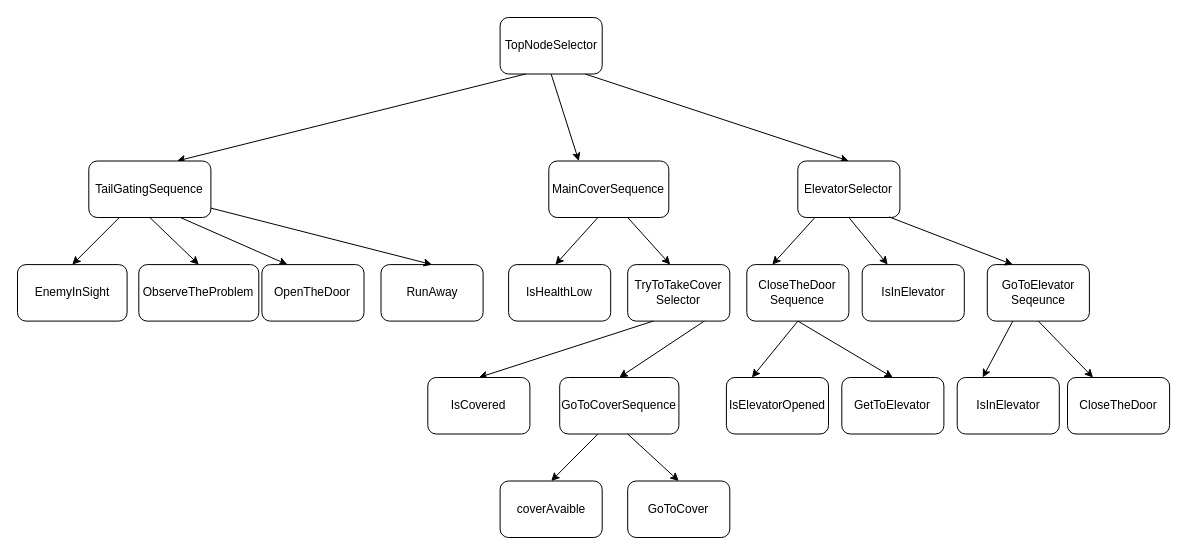
The draw.io diagram Elevator.drawio in MatejMistik/bachelors-fear-factor, before the edit. Source tidied: cells renumbered, new cells numbered last; positions are measured from the earlier drawing's top-left corner, leaving out a move shared by most shapes. Both pictures are drawn from the tidied source at 100%, with x=0, y=0 at pixel (17, 17).
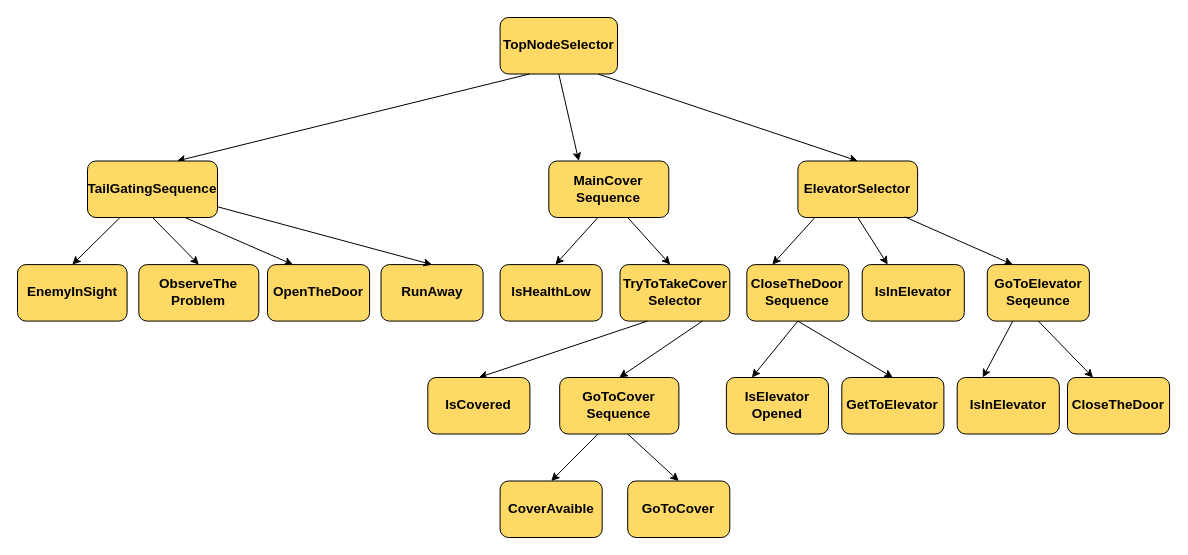
After the change.

Diff of the diagram source:
```diff
@@
-    <mxCell id="2" value="EnemyInSight" style="rounded=1;whiteSpace=wrap;html=1;fontSize=12;spacing=2;" parent="1" vertex="1">
+    <mxCell id="2" value="EnemyInSight" style="rounded=1;whiteSpace=wrap;html=1;fontSize=13.5;spacing=2;fontStyle=1;fillColor=#FFD966;" parent="1" vertex="1">
       <mxGeometry y="247.1" width="109.6" height="56.5" as="geometry" />
     </mxCell>
-    <mxCell id="3" value="CloseTheDoor" style="rounded=1;whiteSpace=wrap;html=1;fontSize=12;spacing=2;" parent="1" vertex="1">
+    <mxCell id="3" value="CloseTheDoor" style="rounded=1;whiteSpace=wrap;html=1;fontSize=13.5;spacing=2;fontStyle=1;fillColor=#FFD966;" parent="1" vertex="1">
       <mxGeometry x="1050" y="360" width="102.1" height="56.5" as="geometry" />
     </mxCell>
-    <mxCell id="4" style="endArrow=classic;html=1;rounded=0;entryX=0.25;entryY=0;entryDx=0;entryDy=0;fontSize=12;spacing=2;exitX=0.5;exitY=1;exitDx=0;exitDy=0;" parent="1" edge="1" source="35" target="3">
+    <mxCell id="4" style="endArrow=classic;html=1;rounded=0;entryX=0.25;entryY=0;entryDx=0;entryDy=0;fontSize=13.5;spacing=2;exitX=0.5;exitY=1;exitDx=0;exitDy=0;fontStyle=1;" parent="1" edge="1" source="35" target="3">
       <mxGeometry relative="1" as="geometry" />
     </mxCell>
-    <mxCell id="5" value="IsInElevator" style="rounded=1;whiteSpace=wrap;html=1;fontSize=12;spacing=2;" parent="1" vertex="1">
+    <mxCell id="5" value="IsInElevator" style="rounded=1;whiteSpace=wrap;html=1;fontSize=13.5;spacing=2;fontStyle=1;fillColor=#FFD966;" parent="1" vertex="1">
       <mxGeometry x="844.7" y="247.1" width="102.1" height="56.5" as="geometry" />
     </mxCell>
-    <mxCell id="6" style="endArrow=classic;html=1;rounded=0;entryX=0.25;entryY=0;entryDx=0;entryDy=0;fontSize=12;spacing=2;exitX=0.5;exitY=1;exitDx=0;exitDy=0;" parent="1" edge="1" source="32" target="5">
+    <mxCell id="6" style="endArrow=classic;html=1;rounded=0;entryX=0.25;entryY=0;entryDx=0;entryDy=0;fontSize=13.5;spacing=2;exitX=0.5;exitY=1;exitDx=0;exitDy=0;fontStyle=1;" parent="1" edge="1" source="32" target="5">
       <mxGeometry relative="1" as="geometry" />
     </mxCell>
-    <mxCell id="7" value="TopNodeSelector" style="rounded=1;whiteSpace=wrap;html=1;fontSize=12;spacing=2;" parent="1" vertex="1">
-      <mxGeometry x="482.6" width="102.1" height="56.5" as="geometry" />
+    <mxCell id="7" value="TopNodeSelector" style="rounded=1;whiteSpace=wrap;html=1;fontSize=13.5;spacing=2;fontStyle=1;fillColor=#FFD966;" parent="1" vertex="1">
+      <mxGeometry x="482.6" width="117.4" height="56.5" as="geometry" />
     </mxCell>
-    <mxCell id="8" style="endArrow=classic;html=1;rounded=0;entryX=0.5;entryY=0;entryDx=0;entryDy=0;fontSize=12;spacing=2;exitX=0.25;exitY=1;exitDx=0;exitDy=0;" parent="1" edge="1" source="7">
+    <mxCell id="8" style="endArrow=classic;html=1;rounded=0;entryX=0.5;entryY=0;entryDx=0;entryDy=0;fontSize=13.5;spacing=2;exitX=0.25;exitY=1;exitDx=0;exitDy=0;fontStyle=1;" parent="1" edge="1" source="7">
       <mxGeometry relative="1" as="geometry">
         <mxPoint x="159.4" y="143.5" as="targetPoint" />
       </mxGeometry>
     </mxCell>
-    <mxCell id="9" style="endArrow=classic;html=1;rounded=0;entryX=0.25;entryY=0;entryDx=0;entryDy=0;fontSize=12;spacing=2;exitX=0.5;exitY=1;exitDx=0;exitDy=0;" parent="1" edge="1" source="7" target="22">
+    <mxCell id="9" style="endArrow=classic;html=1;rounded=0;entryX=0.25;entryY=0;entryDx=0;entryDy=0;fontSize=13.5;spacing=2;exitX=0.5;exitY=1;exitDx=0;exitDy=0;fontStyle=1;" parent="1" edge="1" source="7" target="22">
       <mxGeometry relative="1" as="geometry" />
     </mxCell>
-    <mxCell id="10" style="endArrow=classic;html=1;rounded=0;fontSize=12;spacing=2;" parent="1" edge="1">
+    <mxCell id="10" style="endArrow=classic;html=1;rounded=0;fontSize=13.5;spacing=2;fontStyle=1;" parent="1" edge="1">
       <mxGeometry relative="1" as="geometry">
         <mxPoint x="580.4" y="200" as="sourcePoint" />
         <mxPoint x="537.9" y="247.1" as="targetPoint" />
       </mxGeometry>
     </mxCell>
-    <mxCell id="11" value="IsHealthLow" style="rounded=1;whiteSpace=wrap;html=1;fontSize=12;spacing=2;" parent="1" vertex="1">
-      <mxGeometry x="491.1" y="247.1" width="102.1" height="56.5" as="geometry" />
+    <mxCell id="11" value="IsHealthLow" style="rounded=1;whiteSpace=wrap;html=1;fontSize=13.5;spacing=2;fontStyle=1;fillColor=#FFD966;" parent="1" vertex="1">
+      <mxGeometry x="482.6" y="247.1" width="102.1" height="56.5" as="geometry" />
     </mxCell>
-    <mxCell id="12" style="endArrow=classic;html=1;rounded=0;fontSize=12;spacing=2;" parent="1" edge="1">
+    <mxCell id="12" style="endArrow=classic;html=1;rounded=0;fontSize=13.5;spacing=2;fontStyle=1;" parent="1" edge="1">
       <mxGeometry relative="1" as="geometry">
         <mxPoint x="610.2" y="200" as="sourcePoint" />
         <mxPoint x="652.7" y="247.1" as="targetPoint" />
       </mxGeometry>
     </mxCell>
-    <mxCell id="13" value="TryToTakeCover&lt;br style=&quot;font-size: 12px;&quot;&gt;Selector" style="rounded=1;whiteSpace=wrap;html=1;fontSize=12;spacing=2;" parent="1" vertex="1">
-      <mxGeometry x="610.2" y="247.1" width="102.1" height="56.5" as="geometry" />
+    <mxCell id="13" value="TryToTakeCover&lt;br style=&quot;font-size: 13.5px;&quot;&gt;Selector" style="rounded=1;whiteSpace=wrap;html=1;fontSize=13.5;spacing=2;fontStyle=1;fillColor=#FFD966;" parent="1" vertex="1">
+      <mxGeometry x="602.5" y="247.1" width="109.8" height="56.5" as="geometry" />
     </mxCell>
-    <mxCell id="14" style="endArrow=classic;html=1;rounded=0;entryX=0.5;entryY=0;entryDx=0;entryDy=0;exitX=0.25;exitY=1;exitDx=0;exitDy=0;fontSize=12;spacing=2;" parent="1" edge="1" source="13" target="15">
+    <mxCell id="14" style="endArrow=classic;html=1;rounded=0;entryX=0.5;entryY=0;entryDx=0;entryDy=0;exitX=0.25;exitY=1;exitDx=0;exitDy=0;fontSize=13.5;spacing=2;fontStyle=1;" parent="1" edge="1" source="13" target="15">
       <mxGeometry relative="1" as="geometry" />
     </mxCell>
-    <mxCell id="15" value="IsCovered" style="rounded=1;whiteSpace=wrap;html=1;fontSize=12;spacing=2;" parent="1" vertex="1">
+    <mxCell id="15" value="IsCovered" style="rounded=1;whiteSpace=wrap;html=1;fontSize=13.5;spacing=2;fontStyle=1;fillColor=#FFD966;" parent="1" vertex="1">
       <mxGeometry x="410.3" y="360" width="102.1" height="56.5" as="geometry" />
     </mxCell>
-    <mxCell id="16" value="GoToCoverSequence" style="rounded=1;whiteSpace=wrap;html=1;fontSize=12;spacing=2;" parent="1" vertex="1">
+    <mxCell id="16" value="GoToCover&lt;br style=&quot;font-size: 13.5px;&quot;&gt;Sequence" style="rounded=1;whiteSpace=wrap;html=1;fontSize=13.5;spacing=2;fontStyle=1;fillColor=#FFD966;" parent="1" vertex="1">
       <mxGeometry x="542.2" y="360" width="119.2" height="56.5" as="geometry" />
     </mxCell>
-    <mxCell id="17" style="endArrow=classic;html=1;rounded=0;entryX=0.5;entryY=0;entryDx=0;entryDy=0;exitX=0.75;exitY=1;exitDx=0;exitDy=0;fontSize=12;spacing=2;" parent="1" edge="1" source="13" target="16">
+    <mxCell id="17" style="endArrow=classic;html=1;rounded=0;entryX=0.5;entryY=0;entryDx=0;entryDy=0;exitX=0.75;exitY=1;exitDx=0;exitDy=0;fontSize=13.5;spacing=2;fontStyle=1;" parent="1" edge="1" source="13" target="16">
       <mxGeometry relative="1" as="geometry" />
     </mxCell>
-    <mxCell id="18" style="endArrow=classic;html=1;rounded=0;entryX=0.5;entryY=0;entryDx=0;entryDy=0;exitX=0.25;exitY=1;exitDx=0;exitDy=0;fontSize=12;spacing=2;" parent="1" edge="1">
+    <mxCell id="18" style="endArrow=classic;html=1;rounded=0;entryX=0.5;entryY=0;entryDx=0;entryDy=0;exitX=0.25;exitY=1;exitDx=0;exitDy=0;fontSize=13.5;spacing=2;fontStyle=1;" parent="1" edge="1">
       <mxGeometry relative="1" as="geometry">
         <mxPoint x="580.4" y="416.5" as="sourcePoint" />
         <mxPoint x="533.7" y="463.5" as="targetPoint" />
       </mxGeometry>
     </mxCell>
-    <mxCell id="19" value="coverAvaible" style="rounded=1;whiteSpace=wrap;html=1;fontSize=12;spacing=2;" parent="1" vertex="1">
+    <mxCell id="19" value="CoverAvaible" style="rounded=1;whiteSpace=wrap;html=1;fontSize=13.5;spacing=2;fontStyle=1;fillColor=#FFD966;" parent="1" vertex="1">
       <mxGeometry x="482.6" y="463.5" width="102.1" height="56.5" as="geometry" />
     </mxCell>
-    <mxCell id="20" value="GoToCover" style="rounded=1;whiteSpace=wrap;html=1;fontSize=12;spacing=2;" parent="1" vertex="1">
+    <mxCell id="20" value="GoToCover" style="rounded=1;whiteSpace=wrap;html=1;fontSize=13.5;spacing=2;fontStyle=1;fillColor=#FFD966;" parent="1" vertex="1">
       <mxGeometry x="610.2" y="463.5" width="102.1" height="56.5" as="geometry" />
     </mxCell>
-    <mxCell id="21" style="endArrow=classic;html=1;rounded=0;entryX=0.5;entryY=0;entryDx=0;entryDy=0;exitX=0.25;exitY=1;exitDx=0;exitDy=0;fontSize=12;spacing=2;" parent="1" edge="1" target="20">
+    <mxCell id="21" style="endArrow=classic;html=1;rounded=0;entryX=0.5;entryY=0;entryDx=0;entryDy=0;exitX=0.25;exitY=1;exitDx=0;exitDy=0;fontSize=13.5;spacing=2;fontStyle=1;" parent="1" edge="1" target="20">
       <mxGeometry relative="1" as="geometry">
         <mxPoint x="610.2" y="416.5" as="sourcePoint" />
       </mxGeometry>
     </mxCell>
-    <mxCell id="22" value="MainCoverSequence" style="rounded=1;whiteSpace=wrap;html=1;fontSize=12;spacing=2;" parent="1" vertex="1">
+    <mxCell id="22" value="MainCover&lt;br style=&quot;font-size: 13.5px;&quot;&gt;Sequence" style="rounded=1;whiteSpace=wrap;html=1;fontSize=13.5;spacing=2;fontStyle=1;fillColor=#FFD966;" parent="1" vertex="1">
       <mxGeometry x="531.3" y="143.5" width="120" height="56.5" as="geometry" />
     </mxCell>
-    <mxCell id="23" value="TailGatingSequence" style="rounded=1;whiteSpace=wrap;html=1;fontSize=12;spacing=2;" parent="1" vertex="1">
-      <mxGeometry x="71.3" y="143.5" width="122.1" height="56.5" as="geometry" />
+    <mxCell id="23" value="TailGatingSequence" style="rounded=1;whiteSpace=wrap;html=1;fontSize=13.5;spacing=2;fontStyle=1;fillColor=#FFD966;" parent="1" vertex="1">
+      <mxGeometry x="70" y="143.5" width="130" height="56.5" as="geometry" />
     </mxCell>
-    <mxCell id="24" style="endArrow=classic;html=1;rounded=0;exitX=0.25;exitY=1;exitDx=0;exitDy=0;entryX=0.5;entryY=0;entryDx=0;entryDy=0;fontSize=12;spacing=2;" parent="1" edge="1" source="23" target="2">
+    <mxCell id="24" style="endArrow=classic;html=1;rounded=0;exitX=0.25;exitY=1;exitDx=0;exitDy=0;entryX=0.5;entryY=0;entryDx=0;entryDy=0;fontSize=13.5;spacing=2;fontStyle=1;" parent="1" edge="1" source="23" target="2">
       <mxGeometry relative="1" as="geometry" />
     </mxCell>
-    <mxCell id="25" style="endArrow=classic;html=1;rounded=0;exitX=0.5;exitY=1;exitDx=0;exitDy=0;entryX=0.5;entryY=0;entryDx=0;entryDy=0;fontSize=12;spacing=2;" parent="1" edge="1" source="23" target="26">
+    <mxCell id="25" style="endArrow=classic;html=1;rounded=0;exitX=0.5;exitY=1;exitDx=0;exitDy=0;entryX=0.5;entryY=0;entryDx=0;entryDy=0;fontSize=13.5;spacing=2;fontStyle=1;" parent="1" edge="1" source="23" target="26">
       <mxGeometry relative="1" as="geometry" />
     </mxCell>
-    <mxCell id="26" value="ObserveTheProblem" style="rounded=1;whiteSpace=wrap;html=1;fontSize=12;spacing=2;" parent="1" vertex="1">
+    <mxCell id="26" value="ObserveThe&lt;br style=&quot;font-size: 13.5px;&quot;&gt;Problem" style="rounded=1;whiteSpace=wrap;html=1;fontSize=13.5;spacing=2;fontStyle=1;fillColor=#FFD966;" parent="1" vertex="1">
       <mxGeometry x="121.3" y="247.1" width="120" height="56.5" as="geometry" />
     </mxCell>
-    <mxCell id="27" style="endArrow=classic;html=1;rounded=0;exitX=0.75;exitY=1;exitDx=0;exitDy=0;entryX=0.25;entryY=0;entryDx=0;entryDy=0;fontSize=12;spacing=2;" parent="1" edge="1" source="23" target="28">
+    <mxCell id="27" style="endArrow=classic;html=1;rounded=0;exitX=0.75;exitY=1;exitDx=0;exitDy=0;entryX=0.25;entryY=0;entryDx=0;entryDy=0;fontSize=13.5;spacing=2;fontStyle=1;" parent="1" edge="1" source="23" target="28">
       <mxGeometry relative="1" as="geometry" />
     </mxCell>
-    <mxCell id="28" value="OpenTheDoor" style="rounded=1;whiteSpace=wrap;html=1;fontSize=12;spacing=2;" parent="1" vertex="1">
-      <mxGeometry x="244.4" y="247.1" width="102.1" height="56.5" as="geometry" />
+    <mxCell id="28" value="OpenTheDoor" style="rounded=1;whiteSpace=wrap;html=1;fontSize=13.5;spacing=2;fontStyle=1;fillColor=#FFD966;" parent="1" vertex="1">
+      <mxGeometry x="250" y="247.1" width="102.1" height="56.5" as="geometry" />
     </mxCell>
-    <mxCell id="29" value="RunAway" style="rounded=1;whiteSpace=wrap;html=1;fontSize=12;spacing=2;" parent="1" vertex="1">
+    <mxCell id="29" value="RunAway" style="rounded=1;whiteSpace=wrap;html=1;fontSize=13.5;spacing=2;fontStyle=1;fillColor=#FFD966;" parent="1" vertex="1">
       <mxGeometry x="363.5" y="247.1" width="102.1" height="56.5" as="geometry" />
     </mxCell>
-    <mxCell id="30" style="endArrow=classic;html=1;rounded=0;exitX=0.75;exitY=1;exitDx=0;exitDy=0;entryX=0.5;entryY=0;entryDx=0;entryDy=0;fontSize=12;spacing=2;" parent="1" edge="1" target="29">
-      <mxGeometry relative="1" as="geometry">
-        <mxPoint x="193.4" y="190.6" as="sourcePoint" />
-      </mxGeometry>
+    <mxCell id="30" style="endArrow=classic;html=1;rounded=0;entryX=0.5;entryY=0;entryDx=0;entryDy=0;fontSize=13.5;spacing=2;fontStyle=1;" parent="1" edge="1" source="23" target="29">
+      <mxGeometry relative="1" as="geometry" />
     </mxCell>
-    <mxCell id="31" style="endArrow=classic;html=1;rounded=0;exitX=0.836;exitY=1.002;exitDx=0;exitDy=0;entryX=0.5;entryY=0;entryDx=0;entryDy=0;fontSize=12;spacing=2;exitPerimeter=0;" parent="1" edge="1" source="7" target="32">
+    <mxCell id="31" style="endArrow=classic;html=1;rounded=0;exitX=0.836;exitY=1.002;exitDx=0;exitDy=0;entryX=0.5;entryY=0;entryDx=0;entryDy=0;fontSize=13.5;spacing=2;exitPerimeter=0;fontStyle=1;" parent="1" edge="1" source="7" target="32">
       <mxGeometry relative="1" as="geometry" />
     </mxCell>
-    <mxCell id="32" value="ElevatorSelector" style="rounded=1;whiteSpace=wrap;html=1;fontSize=12;spacing=2;" parent="1" vertex="1">
-      <mxGeometry x="780.3" y="143.5" width="102.1" height="56.5" as="geometry" />
+    <mxCell id="32" value="ElevatorSelector" style="rounded=1;whiteSpace=wrap;html=1;fontSize=13.5;spacing=2;fontStyle=1;fillColor=#FFD966;" parent="1" vertex="1">
+      <mxGeometry x="780.4" y="143.5" width="119.7" height="56.5" as="geometry" />
     </mxCell>
-    <mxCell id="33" value="CloseTheDoor&lt;br&gt;Sequence" style="rounded=1;whiteSpace=wrap;html=1;fontSize=12;spacing=2;" parent="1" vertex="1">
+    <mxCell id="33" value="CloseTheDoor&lt;br style=&quot;font-size: 13.5px;&quot;&gt;Sequence" style="rounded=1;whiteSpace=wrap;html=1;fontSize=13.5;spacing=2;fontStyle=1;fillColor=#FFD966;" parent="1" vertex="1">
       <mxGeometry x="729.3" y="247.1" width="102.1" height="56.5" as="geometry" />
     </mxCell>
-    <mxCell id="34" style="endArrow=classic;html=1;rounded=0;entryX=0.25;entryY=0;entryDx=0;entryDy=0;fontSize=12;spacing=2;" parent="1" edge="1" target="33">
+    <mxCell id="34" style="endArrow=classic;html=1;rounded=0;entryX=0.25;entryY=0;entryDx=0;entryDy=0;fontSize=13.5;spacing=2;fontStyle=1;" parent="1" edge="1" target="33">
       <mxGeometry relative="1" as="geometry">
         <mxPoint x="797.4" y="200" as="sourcePoint" />
       </mxGeometry>
     </mxCell>
-    <mxCell id="35" value="GoToElevator&lt;br&gt;Seqeunce" style="rounded=1;whiteSpace=wrap;html=1;fontSize=12;spacing=2;" parent="1" vertex="1">
+    <mxCell id="35" value="GoToElevator&lt;br style=&quot;font-size: 13.5px;&quot;&gt;Seqeunce" style="rounded=1;whiteSpace=wrap;html=1;fontSize=13.5;spacing=2;fontStyle=1;fillColor=#FFD966;" parent="1" vertex="1">
       <mxGeometry x="969.8" y="247.1" width="102.1" height="56.5" as="geometry" />
     </mxCell>
-    <mxCell id="36" style="endArrow=classic;html=1;rounded=0;entryX=0.25;entryY=0;entryDx=0;entryDy=0;fontSize=12;spacing=2;exitX=0.893;exitY=0.989;exitDx=0;exitDy=0;exitPerimeter=0;" parent="1" edge="1" source="32" target="35">
+    <mxCell id="36" style="endArrow=classic;html=1;rounded=0;entryX=0.25;entryY=0;entryDx=0;entryDy=0;fontSize=13.5;spacing=2;exitX=0.893;exitY=0.989;exitDx=0;exitDy=0;exitPerimeter=0;fontStyle=1;" parent="1" edge="1" source="32" target="35">
       <mxGeometry relative="1" as="geometry" />
     </mxCell>
-    <mxCell id="37" value="IsElevatorOpened" style="rounded=1;whiteSpace=wrap;html=1;fontSize=12;spacing=2;" parent="1" vertex="1">
+    <mxCell id="37" value="IsElevator&lt;br style=&quot;font-size: 13.5px;&quot;&gt;Opened" style="rounded=1;whiteSpace=wrap;html=1;fontSize=13.5;spacing=2;fontStyle=1;fillColor=#FFD966;" parent="1" vertex="1">
       <mxGeometry x="708.9" y="360" width="102.1" height="56.5" as="geometry" />
     </mxCell>
-    <mxCell id="38" style="endArrow=classic;html=1;rounded=0;entryX=0.25;entryY=0;entryDx=0;entryDy=0;fontSize=12;spacing=2;exitX=0.5;exitY=1;exitDx=0;exitDy=0;" parent="1" edge="1" source="33" target="37">
+    <mxCell id="38" style="endArrow=classic;html=1;rounded=0;entryX=0.25;entryY=0;entryDx=0;entryDy=0;fontSize=13.5;spacing=2;exitX=0.5;exitY=1;exitDx=0;exitDy=0;fontStyle=1;" parent="1" edge="1" source="33" target="37">
       <mxGeometry relative="1" as="geometry" />
     </mxCell>
-    <mxCell id="39" value="GetToElevator" style="rounded=1;whiteSpace=wrap;html=1;fontSize=12;spacing=2;" parent="1" vertex="1">
+    <mxCell id="39" value="GetToElevator" style="rounded=1;whiteSpace=wrap;html=1;fontSize=13.5;spacing=2;fontStyle=1;fillColor=#FFD966;" parent="1" vertex="1">
       <mxGeometry x="824.3" y="360" width="102.1" height="56.5" as="geometry" />
     </mxCell>
-    <mxCell id="40" style="endArrow=classic;html=1;rounded=0;entryX=0.5;entryY=0;entryDx=0;entryDy=0;fontSize=12;spacing=2;exitX=0.5;exitY=1;exitDx=0;exitDy=0;" parent="1" edge="1" source="33" target="39">
+    <mxCell id="40" style="endArrow=classic;html=1;rounded=0;entryX=0.5;entryY=0;entryDx=0;entryDy=0;fontSize=13.5;spacing=2;exitX=0.5;exitY=1;exitDx=0;exitDy=0;fontStyle=1;" parent="1" edge="1" source="33" target="39">
       <mxGeometry relative="1" as="geometry" />
     </mxCell>
-    <mxCell id="41" value="IsInElevator" style="rounded=1;whiteSpace=wrap;html=1;fontSize=12;spacing=2;" parent="1" vertex="1">
+    <mxCell id="41" value="IsInElevator" style="rounded=1;whiteSpace=wrap;html=1;fontSize=13.5;spacing=2;fontStyle=1;fillColor=#FFD966;" parent="1" vertex="1">
       <mxGeometry x="939.7" y="360" width="102.1" height="56.5" as="geometry" />
     </mxCell>
-    <mxCell id="42" style="endArrow=classic;html=1;rounded=0;entryX=0.25;entryY=0;entryDx=0;entryDy=0;fontSize=12;spacing=2;exitX=0.25;exitY=1;exitDx=0;exitDy=0;" parent="1" edge="1" source="35" target="41">
+    <mxCell id="42" style="endArrow=classic;html=1;rounded=0;entryX=0.25;entryY=0;entryDx=0;entryDy=0;fontSize=13.5;spacing=2;exitX=0.25;exitY=1;exitDx=0;exitDy=0;fontStyle=1;" parent="1" edge="1" source="35" target="41">
       <mxGeometry relative="1" as="geometry" />
     </mxCell>
```
